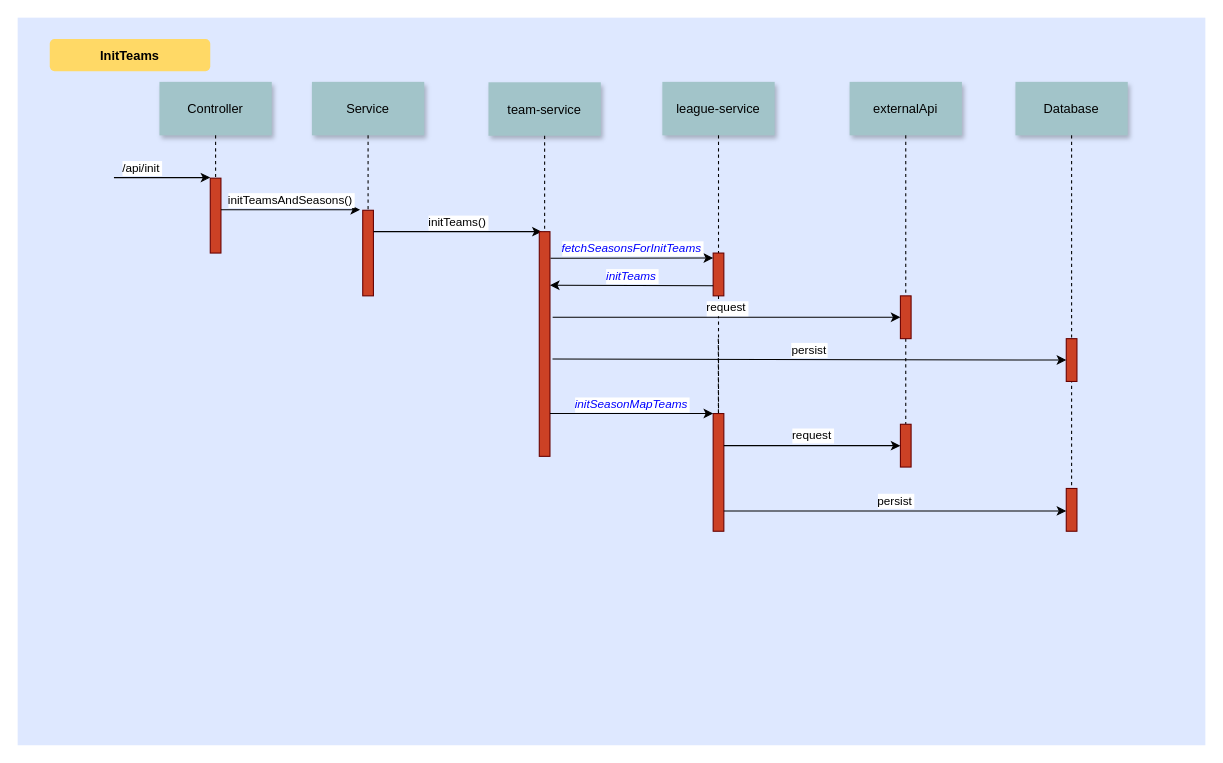
This is documents/usecase/TeamUseCase.drawio from Haisia/kickoff-be, a draw.io file, before an edit. Source tidied: cells renumbered, new cells numbered last; positions are measured from the earlier drawing's top-left corner, leaving out a move shared by most shapes. Both pictures are drawn from the tidied source at 107%, with x=0, y=0 at pixel (17, 17).
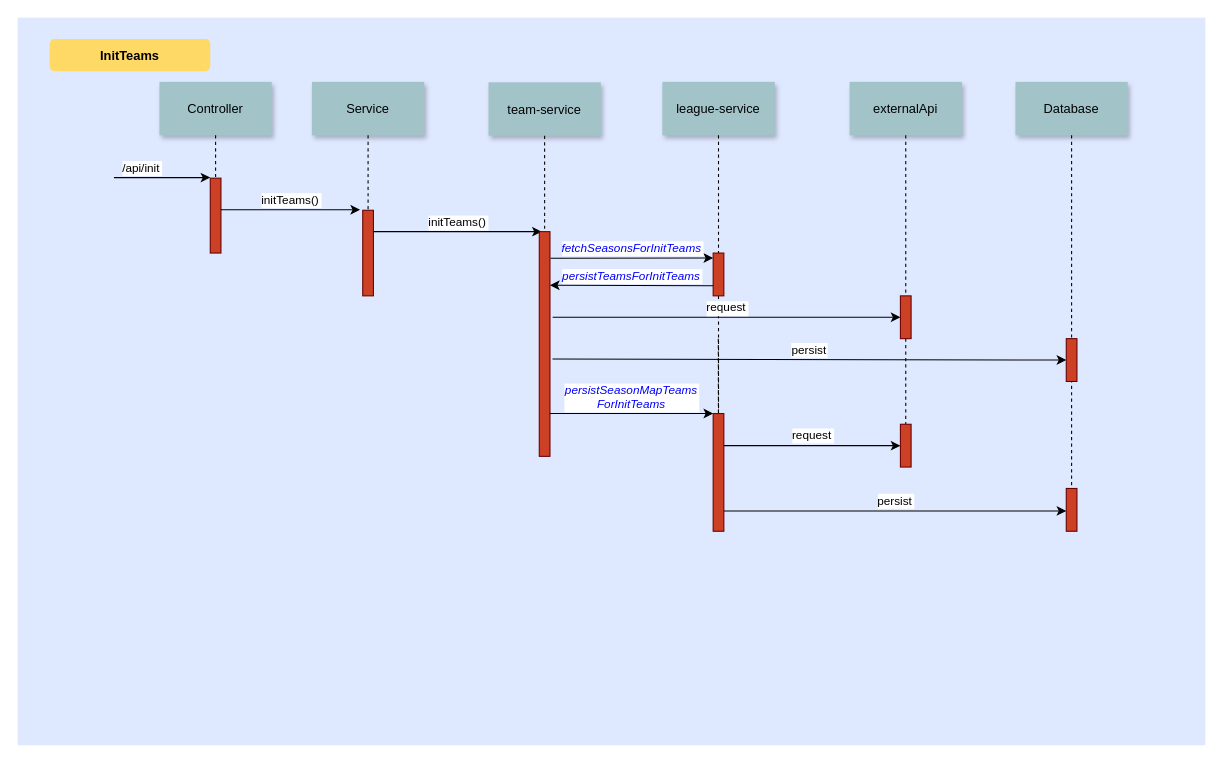
The same page after the edit.

The change refers to these unchanged cells:
```xml
<mxCell id="22" style="fillColor=#CC4125;strokeColor=#660000;" parent="1" vertex="1">
  <mxGeometry x="487.5" y="200" width="10" height="210" as="geometry" />
</mxCell>
```

What changed in the source:
```diff
@@
-    <mxCell id="9" value="initTeamsAndSeasons()" style="edgeStyle=none;verticalLabelPosition=top;verticalAlign=bottom;" parent="1" edge="1">
+    <mxCell id="9" value="initTeams()" style="edgeStyle=none;verticalLabelPosition=top;verticalAlign=bottom;" parent="1" edge="1">
       <mxGeometry as="geometry">
         <mxPoint x="190" y="179.5" as="sourcePoint" />
         <mxPoint x="320" y="179.5" as="targetPoint" />
       </mxGeometry>
     </mxCell>
@@
-    <mxCell id="27" value="initSeasonMapTeams" style="edgeStyle=elbowEdgeStyle;elbow=vertical;verticalLabelPosition=top;verticalAlign=bottom;fontStyle=2;fontColor=#0000FF;" parent="1" edge="1">
+    <mxCell id="27" value="persistSeasonMapTeams&#10;ForInitTeams" style="edgeStyle=elbowEdgeStyle;elbow=vertical;verticalLabelPosition=top;verticalAlign=bottom;fontStyle=2;fontColor=#0000FF;" parent="1" edge="1">
       <mxGeometry x="540" y="270" as="geometry">
         <mxPoint x="497.5" y="370" as="sourcePoint" />
         <mxPoint x="650" y="370.3" as="targetPoint" />
         <Array as="points">
           <mxPoint x="580" y="370" />
         </Array>
       </mxGeometry>
     </mxCell>
@@
-    <mxCell id="35" value="initTeams" style="edgeStyle=elbowEdgeStyle;elbow=vertical;verticalLabelPosition=top;verticalAlign=bottom;exitX=1;exitY=0.5;exitDx=0;exitDy=0;fontStyle=2;fontColor=#0000FF;" parent="1" edge="1" target="22">
-      <mxGeometry x="540" y="270" as="geometry">
+    <mxCell id="35" value="persistTeamsForInitTeams" style="edgeStyle=elbowEdgeStyle;elbow=vertical;verticalLabelPosition=top;verticalAlign=bottom;exitX=1;exitY=0.5;exitDx=0;exitDy=0;fontStyle=2;fontColor=#0000FF;" parent="1" edge="1" target="22">
+      <mxGeometry as="geometry">
         <mxPoint x="650" y="250.5" as="sourcePoint" />
         <Array as="points">
           <mxPoint x="395" y="250" />
         </Array>
       </mxGeometry>
     </mxCell>
```
